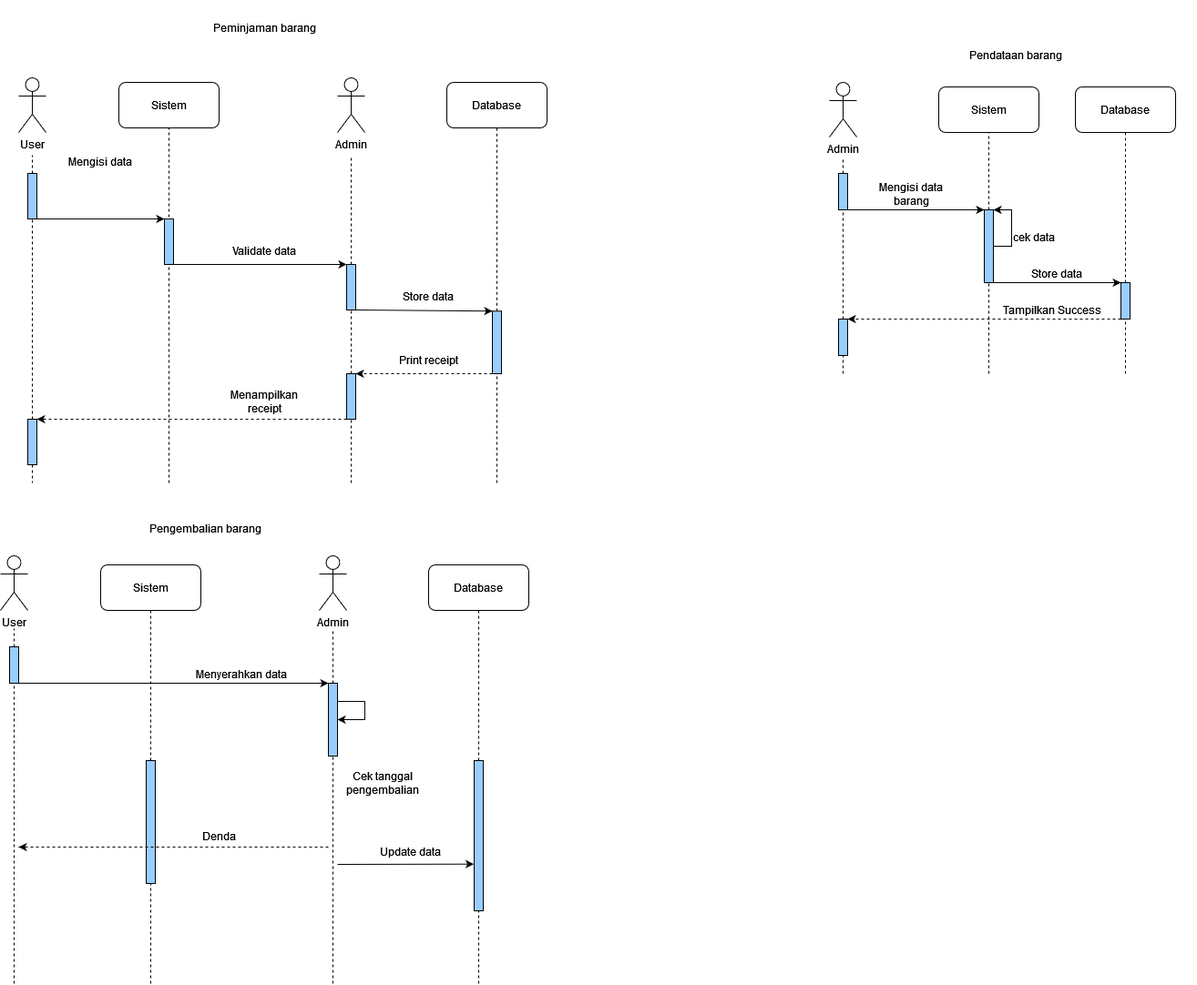
Earlier version of the draw.io export diagrams/Sequence Diagram.drawio.png (johannfac/aplikasipeminjamanaset). Source tidied: cells renumbered, new cells last; positions are measured from the earlier drawing's top-left corner, leaving out a move shared by most shapes.
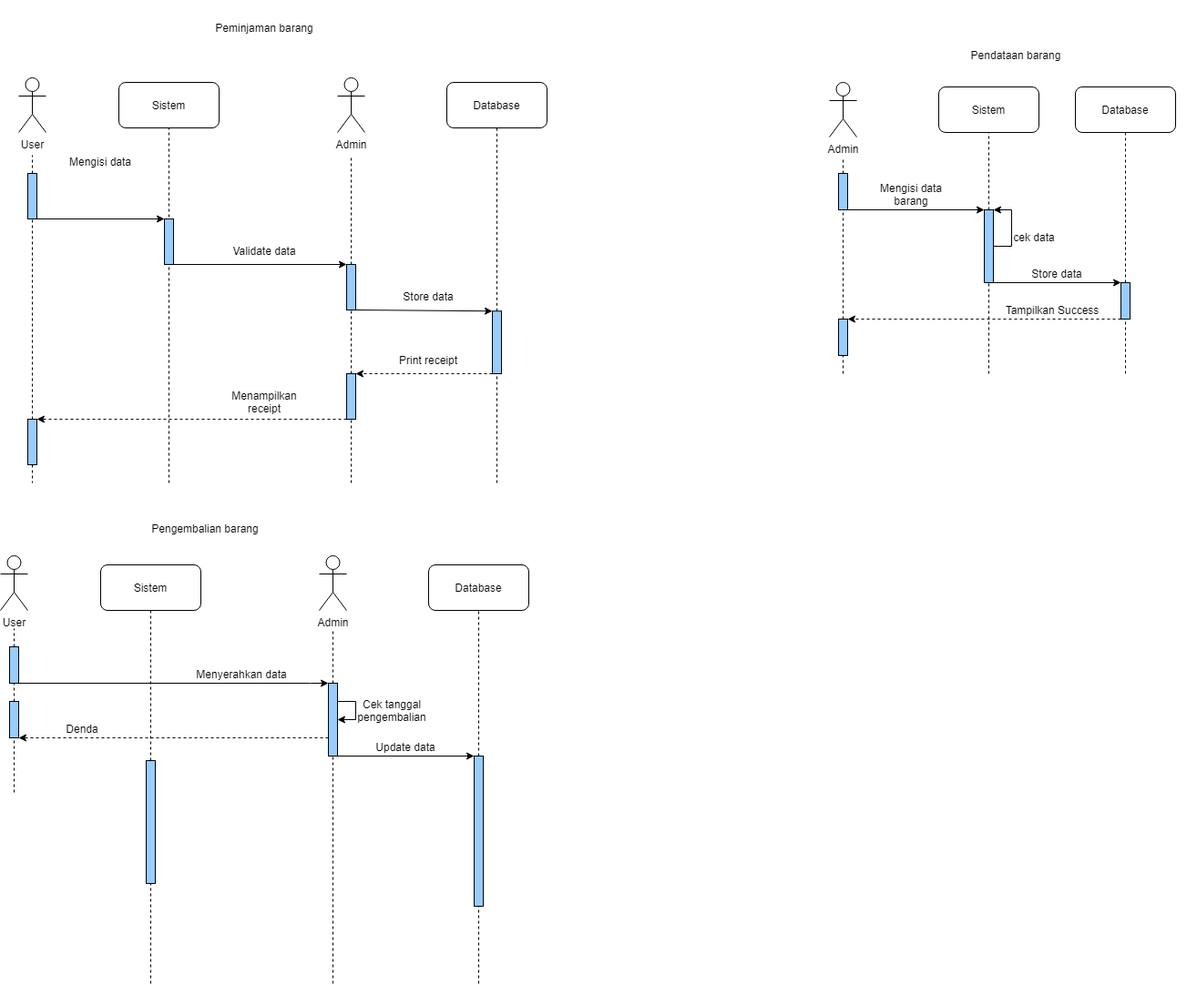
Later version of the same file.

What changed in the source:
```diff
@@ -205,7 +205,7 @@
       <mxGeometry relative="1" as="geometry" />
     </mxCell>
     <mxCell id="56" style="rounded=0;whiteSpace=wrap;html=1;fillColor=#99CCFF;" parent="1" vertex="1">
-      <mxGeometry x="520" y="835" width="10" height="165" as="geometry" />
+      <mxGeometry x="520" y="830" width="10" height="165" as="geometry" />
     </mxCell>
     <mxCell id="57" style="endArrow=none;dashed=1;html=1;rounded=0;entryX=0.5;entryY=1;entryDx=0;entryDy=0;" parent="1" edge="1" target="56">
       <mxGeometry relative="1" as="geometry">
@@ -215,10 +215,8 @@
     <mxCell id="58" style="rounded=0;whiteSpace=wrap;html=1;fillColor=#99CCFF;" parent="1" vertex="1">
       <mxGeometry x="10" y="710" width="10" height="40" as="geometry" />
     </mxCell>
-    <mxCell id="59" style="endArrow=none;dashed=1;html=1;rounded=0;startArrow=none;" parent="1" edge="1" target="58">
-      <mxGeometry relative="1" as="geometry">
-        <mxPoint x="15" y="1080" as="sourcePoint" />
-      </mxGeometry>
+    <mxCell id="59" style="endArrow=none;dashed=1;html=1;rounded=0;startArrow=none;exitX=0.5;exitY=0;exitDx=0;exitDy=0;" parent="1" edge="1" source="84" target="58">
+      <mxGeometry relative="1" as="geometry" />
     </mxCell>
     <mxCell id="60" style="rounded=0;whiteSpace=wrap;html=1;fillColor=#99CCFF;" parent="1" vertex="1">
       <mxGeometry x="160" y="835" width="10" height="135" as="geometry" />
@@ -242,8 +240,8 @@
     <mxCell id="65" style="endArrow=classic;html=1;rounded=0;exitX=1;exitY=0.25;exitDx=0;exitDy=0;entryX=1;entryY=0.5;entryDx=0;entryDy=0;" parent="1" edge="1" source="62" target="62">
       <mxGeometry relative="1" as="geometry">
         <Array as="points">
-          <mxPoint x="400" y="770" />
-          <mxPoint x="400" y="790" />
+          <mxPoint x="390" y="770" />
+          <mxPoint x="390" y="790" />
         </Array>
       </mxGeometry>
     </mxCell>
@@ -251,24 +249,19 @@
       <mxGeometry x="115" y="550" width="220" height="60" as="geometry" />
     </mxCell>
     <mxCell id="67" value="Cek tanggal pengembalian" style="text;html=1;strokeColor=none;fillColor=none;align=center;verticalAlign=middle;whiteSpace=wrap;rounded=0;" parent="1" vertex="1">
-      <mxGeometry x="370" y="845" width="100" height="30" as="geometry" />
+      <mxGeometry x="390" y="760" width="80" height="40" as="geometry" />
     </mxCell>
-    <mxCell id="68" style="endArrow=classic;html=1;rounded=0;dashed=1;entryX=1;entryY=0.419;entryDx=0;entryDy=0;entryPerimeter=0;" parent="1" edge="1">
-      <mxGeometry relative="1" as="geometry">
-        <mxPoint x="360" y="930" as="sourcePoint" />
-        <mxPoint x="20" y="930" as="targetPoint" />
-      </mxGeometry>
+    <mxCell id="68" style="endArrow=classic;html=1;rounded=0;dashed=1;entryX=1;entryY=1;entryDx=0;entryDy=0;exitX=0;exitY=0.75;exitDx=0;exitDy=0;" parent="1" edge="1" source="62" target="84">
+      <mxGeometry relative="1" as="geometry" />
     </mxCell>
     <mxCell id="69" value="Denda" style="text;html=1;strokeColor=none;fillColor=none;align=center;verticalAlign=middle;whiteSpace=wrap;rounded=0;" parent="1" vertex="1">
-      <mxGeometry x="170" y="907.5" width="140" height="20" as="geometry" />
+      <mxGeometry x="50" y="790" width="80" height="20" as="geometry" />
     </mxCell>
     <mxCell id="70" value="Update data" style="text;html=1;strokeColor=none;fillColor=none;align=center;verticalAlign=middle;whiteSpace=wrap;rounded=0;" parent="1" vertex="1">
-      <mxGeometry x="400" y="920" width="100" height="30" as="geometry" />
+      <mxGeometry x="400" y="810" width="90" height="20" as="geometry" />
     </mxCell>
-    <mxCell id="71" style="endArrow=classic;html=1;rounded=0;entryX=-0.038;entryY=0.689;entryDx=0;entryDy=0;entryPerimeter=0;" parent="1" edge="1" target="56">
-      <mxGeometry relative="1" as="geometry">
-        <mxPoint x="370" y="949" as="sourcePoint" />
-      </mxGeometry>
+    <mxCell id="71" style="endArrow=classic;html=1;rounded=0;entryX=0;entryY=0;entryDx=0;entryDy=0;exitX=1;exitY=1;exitDx=0;exitDy=0;" parent="1" edge="1" source="62" target="56">
+      <mxGeometry relative="1" as="geometry" />
     </mxCell>
     <mxCell id="72" style="edgeStyle=orthogonalEdgeStyle;rounded=0;jettySize=auto;html=1;exitX=1;exitY=1;exitDx=0;exitDy=0;entryX=0;entryY=0;entryDx=0;entryDy=0;" parent="1" edge="1" source="58" target="62">
       <mxGeometry relative="1" as="geometry">
@@ -318,5 +311,13 @@
     <mxCell id="83" style="endArrow=classic;html=1;rounded=0;exitX=1;exitY=1;exitDx=0;exitDy=0;entryX=0;entryY=0;entryDx=0;entryDy=0;" parent="1" edge="1" source="13" target="73">
       <mxGeometry relative="1" as="geometry" />
     </mxCell>
+    <mxCell id="84" style="rounded=0;whiteSpace=wrap;html=1;fillColor=#99CCFF;" parent="1" vertex="1">
+      <mxGeometry x="10" y="770" width="10" height="40" as="geometry" />
+    </mxCell>
+    <mxCell id="85" style="endArrow=none;dashed=1;html=1;rounded=0;startArrow=none;entryX=0.5;entryY=1;entryDx=0;entryDy=0;" parent="1" edge="1" target="84">
+      <mxGeometry relative="1" as="geometry">
+        <mxPoint x="15" y="870" as="sourcePoint" />
+      </mxGeometry>
+    </mxCell>
   </root>
 </mxGraphModel>
```
